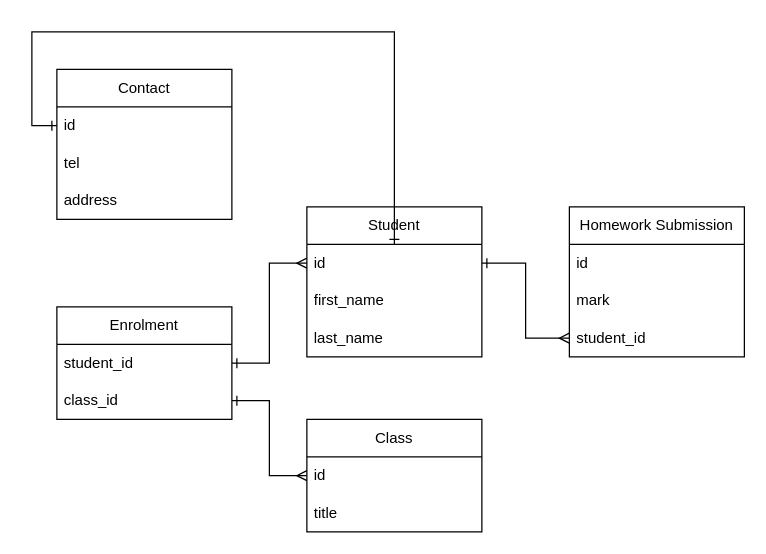
Before: one-to-one.drawio in appbrewery/diagrams, a draw.io diagram. Source tidied: cells renumbered, new cells numbered last; positions are measured from the earlier drawing's top-left corner, leaving out a move shared by most shapes. Both pictures are drawn from the tidied source at 125%, with x=0, y=0 at pixel (31, 31).
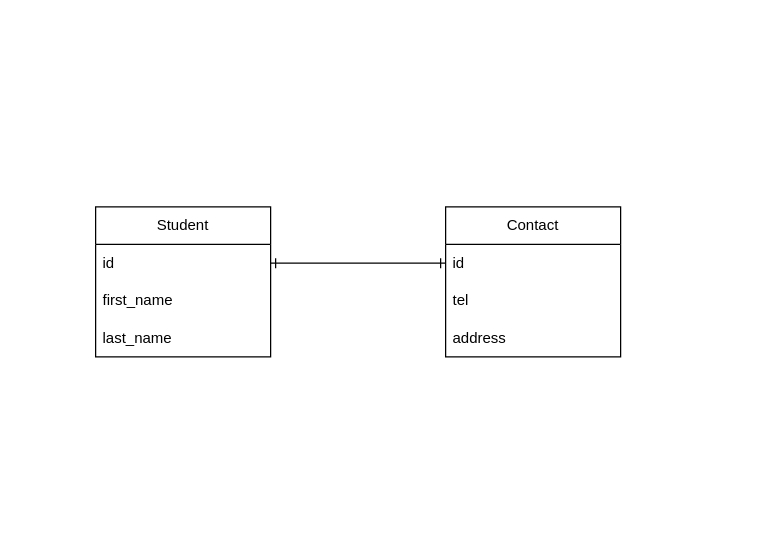
The same diagram, later.

Unchanged cells that the change refers to:
```xml
<mxCell id="3" value="id" style="text;strokeColor=none;fillColor=none;align=left;verticalAlign=middle;spacingLeft=4;spacingRight=4;overflow=hidden;points=[[0,0.5],[1,0.5]];portConstraint=eastwest;whiteSpace=wrap;html=1;" parent="2" vertex="1">
  <mxGeometry y="30" width="140" height="30" as="geometry" />
</mxCell>
<mxCell id="14" value="id" style="text;strokeColor=none;fillColor=none;align=left;verticalAlign=middle;spacingLeft=4;spacingRight=4;overflow=hidden;points=[[0,0.5],[1,0.5]];portConstraint=eastwest;whiteSpace=wrap;html=1;" parent="13" vertex="1">
  <mxGeometry y="30" width="140" height="30" as="geometry" />
</mxCell>
```

Change to the diagram source:
```diff
@@
     <mxCell id="2" value="Student" style="swimlane;fontStyle=0;horizontal=1;startSize=30;whiteSpace=wrap;html=1;" parent="1" vertex="1">
-      <mxGeometry x="220" y="140" width="140" height="120" as="geometry" />
+      <mxGeometry x="51" y="140" width="140" height="120" as="geometry" />
     </mxCell>
@@
-    <mxCell id="6" value="Class" style="swimlane;fontStyle=0;horizontal=1;startSize=30;whiteSpace=wrap;html=1;" parent="1" vertex="1">
-      <mxGeometry x="220" y="310" width="140" height="90" as="geometry" />
-    </mxCell>
-    <mxCell id="7" value="id" style="text;strokeColor=none;fillColor=none;align=left;verticalAlign=middle;spacingLeft=4;spacingRight=4;overflow=hidden;points=[[0,0.5],[1,0.5]];portConstraint=eastwest;whiteSpace=wrap;html=1;" parent="6" vertex="1">
-      <mxGeometry y="30" width="140" height="30" as="geometry" />
-    </mxCell>
-    <mxCell id="8" value="title" style="text;strokeColor=none;fillColor=none;align=left;verticalAlign=middle;spacingLeft=4;spacingRight=4;overflow=hidden;whiteSpace=wrap;html=1;" parent="6" vertex="1">
-      <mxGeometry y="60" width="140" height="30" as="geometry" />
-    </mxCell>
-    <mxCell id="9" value="Homework Submission" style="swimlane;fontStyle=0;horizontal=1;startSize=30;whiteSpace=wrap;html=1;" parent="1" vertex="1">
-      <mxGeometry x="430" y="140" width="140" height="120" as="geometry" />
-    </mxCell>
-    <mxCell id="10" value="id" style="text;strokeColor=none;fillColor=none;align=left;verticalAlign=middle;spacingLeft=4;spacingRight=4;overflow=hidden;whiteSpace=wrap;html=1;" parent="9" vertex="1">
-      <mxGeometry y="30" width="140" height="30" as="geometry" />
-    </mxCell>
-    <mxCell id="11" value="mark" style="text;strokeColor=none;fillColor=none;align=left;verticalAlign=middle;spacingLeft=4;spacingRight=4;overflow=hidden;whiteSpace=wrap;html=1;" parent="9" vertex="1">
-      <mxGeometry y="60" width="140" height="30" as="geometry" />
-    </mxCell>
-    <mxCell id="12" value="student_id" style="text;strokeColor=none;fillColor=none;align=left;verticalAlign=middle;spacingLeft=4;spacingRight=4;overflow=hidden;points=[[0,0.5],[1,0.5]];portConstraint=eastwest;whiteSpace=wrap;html=1;" parent="9" vertex="1">
-      <mxGeometry y="90" width="140" height="30" as="geometry" />
-    </mxCell>
     <mxCell id="13" value="Contact" style="swimlane;fontStyle=0;horizontal=1;startSize=30;whiteSpace=wrap;html=1;" parent="1" vertex="1">
-      <mxGeometry x="20" y="30" width="140" height="120" as="geometry" />
+      <mxGeometry x="331" y="140" width="140" height="120" as="geometry" />
     </mxCell>
@@
-    <mxCell id="17" style="edgeStyle=orthogonalEdgeStyle;rounded=0;jettySize=auto;html=1;entryX=0;entryY=0.5;entryDx=0;entryDy=0;endArrow=ERone;endFill=0;startArrow=ERone;startFill=0;" parent="1" edge="1" source="3" target="14">
-      <mxGeometry relative="1" as="geometry">
-        <Array as="points">
-          <mxPoint x="290" />
-          <mxPoint />
-          <mxPoint y="75" />
-        </Array>
-      </mxGeometry>
+    <mxCell id="17" style="edgeStyle=orthogonalEdgeStyle;rounded=0;jettySize=auto;html=1;exitX=1;exitY=0.5;exitDx=0;exitDy=0;entryX=0;entryY=0.5;entryDx=0;entryDy=0;endArrow=ERone;endFill=0;startArrow=ERone;startFill=0;" parent="1" edge="1" source="3" target="14">
+      <mxGeometry relative="1" as="geometry" />
     </mxCell>
-    <mxCell id="18" style="edgeStyle=orthogonalEdgeStyle;rounded=0;jettySize=auto;html=1;exitX=0;exitY=0.5;exitDx=0;exitDy=0;startArrow=ERmany;startFill=0;endArrow=ERone;endFill=0;" parent="1" edge="1" source="12" target="3">
-      <mxGeometry relative="1" as="geometry" />
-    </mxCell>
-    <mxCell id="19" value="Enrolment" style="swimlane;fontStyle=0;horizontal=1;startSize=30;whiteSpace=wrap;html=1;" parent="1" vertex="1">
-      <mxGeometry x="20" y="220" width="140" height="90" as="geometry" />
-    </mxCell>
-    <mxCell id="20" value="student_id" style="text;strokeColor=none;fillColor=none;align=left;verticalAlign=middle;spacingLeft=4;spacingRight=4;overflow=hidden;points=[[0,0.5],[1,0.5]];portConstraint=eastwest;whiteSpace=wrap;html=1;" parent="19" vertex="1">
-      <mxGeometry y="30" width="140" height="30" as="geometry" />
-    </mxCell>
-    <mxCell id="21" value="class_id" style="text;strokeColor=none;fillColor=none;align=left;verticalAlign=middle;spacingLeft=4;spacingRight=4;overflow=hidden;points=[[0,0.5],[1,0.5]];portConstraint=eastwest;whiteSpace=wrap;html=1;" parent="19" vertex="1">
-      <mxGeometry y="60" width="140" height="30" as="geometry" />
-    </mxCell>
-    <mxCell id="22" style="edgeStyle=orthogonalEdgeStyle;rounded=0;jettySize=auto;html=1;exitX=1;exitY=0.5;exitDx=0;exitDy=0;entryX=0;entryY=0.5;entryDx=0;entryDy=0;endArrow=ERmany;endFill=0;startArrow=ERone;startFill=0;" parent="1" edge="1" source="20" target="3">
-      <mxGeometry relative="1" as="geometry" />
-    </mxCell>
-    <mxCell id="23" style="edgeStyle=orthogonalEdgeStyle;rounded=0;jettySize=auto;html=1;exitX=0;exitY=0.5;exitDx=0;exitDy=0;entryX=1;entryY=0.5;entryDx=0;entryDy=0;endArrow=ERone;endFill=0;startArrow=ERmany;startFill=0;" parent="1" edge="1" source="7" target="21">
-      <mxGeometry relative="1" as="geometry" />
-    </mxCell>
```
